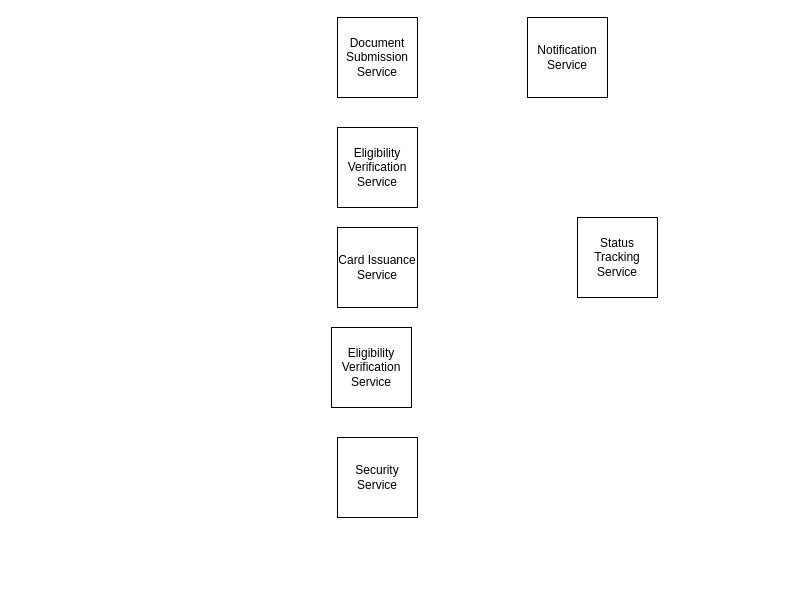
Above: microservices.drawio in thammarat-ai/diagram-se (draw.io), before the change. Source tidied: cells renumbered, new cells numbered last; positions are measured from the earlier drawing's top-left corner, leaving out a move shared by most shapes. Both pictures are drawn from the tidied source at 100%, with x=0, y=0 at pixel (331, 17).
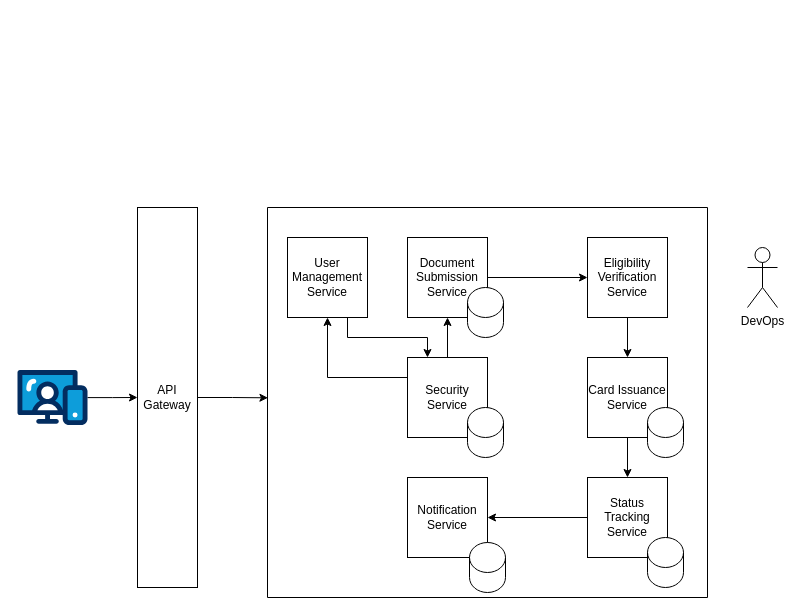
The same page after the edit.

Change to the diagram source:
```diff
@@
+    <mxCell id="9" value="API Gateway" style="rounded=0;whiteSpace=wrap;html=1;" parent="1" vertex="1">
+      <mxGeometry x="-194" y="190" width="60" height="380" as="geometry" />
+    </mxCell>
+    <mxCell id="10" style="group;" parent="1" vertex="1">
+      <mxGeometry x="-64" y="190" width="440" height="390" as="geometry" />
+    </mxCell>
+    <mxCell id="11" style="verticalLabelPosition=bottom;verticalAlign=top;html=1;shape=mxgraph.basic.rect;fillColor2=none;strokeWidth=1;size=20;indent=5;" parent="10" vertex="1">
+      <mxGeometry width="440" height="390" as="geometry" />
+    </mxCell>
+    <mxCell id="12" style="edgeStyle=orthogonalEdgeStyle;rounded=0;jettySize=auto;html=1;entryX=0;entryY=0.5;entryDx=0;entryDy=0;" parent="10" edge="1" source="2" target="3">
+      <mxGeometry relative="1" as="geometry" />
+    </mxCell>
-    <mxCell id="2" value="Document Submission Service" style="whiteSpace=wrap;html=1;" parent="1" vertex="1">
-      <mxGeometry x="6" width="80" height="80" as="geometry" />
+    <mxCell id="2" value="Document Submission Service" style="whiteSpace=wrap;html=1;" parent="10" vertex="1">
+      <mxGeometry x="140" y="30" width="80" height="80" as="geometry" />
     </mxCell>
+    <mxCell id="13" style="edgeStyle=orthogonalEdgeStyle;rounded=0;jettySize=auto;html=1;exitX=0.5;exitY=1;exitDx=0;exitDy=0;entryX=0.5;entryY=0;entryDx=0;entryDy=0;" parent="10" edge="1" source="3" target="4">
+      <mxGeometry relative="1" as="geometry" />
+    </mxCell>
-    <mxCell id="3" value="Eligibility Verification Service" style="whiteSpace=wrap;html=1;" parent="1" vertex="1">
-      <mxGeometry x="6" y="110" width="80" height="80" as="geometry" />
+    <mxCell id="3" value="Eligibility Verification Service" style="whiteSpace=wrap;html=1;" parent="10" vertex="1">
+      <mxGeometry x="320" y="30" width="80" height="80" as="geometry" />
     </mxCell>
+    <mxCell id="14" style="edgeStyle=orthogonalEdgeStyle;rounded=0;jettySize=auto;html=1;entryX=0.5;entryY=0;entryDx=0;entryDy=0;" parent="10" edge="1" source="4" target="6">
+      <mxGeometry relative="1" as="geometry" />
+    </mxCell>
-    <mxCell id="4" value="Card Issuance Service" style="whiteSpace=wrap;html=1;" parent="1" vertex="1">
-      <mxGeometry x="6" y="210" width="80" height="80" as="geometry" />
+    <mxCell id="4" value="Card Issuance Service" style="whiteSpace=wrap;html=1;" parent="10" vertex="1">
+      <mxGeometry x="320" y="150" width="80" height="80" as="geometry" />
     </mxCell>
-    <mxCell id="5" value="Eligibility Verification Service" style="whiteSpace=wrap;html=1;" parent="1" vertex="1">
-      <mxGeometry y="310" width="80" height="80" as="geometry" />
-    </mxCell>
+    <mxCell id="15" style="edgeStyle=orthogonalEdgeStyle;rounded=0;jettySize=auto;html=1;exitX=0;exitY=0.5;exitDx=0;exitDy=0;" parent="10" edge="1" source="6" target="8">
+      <mxGeometry relative="1" as="geometry" />
+    </mxCell>
-    <mxCell id="6" value="Status Tracking Service" style="whiteSpace=wrap;html=1;" parent="1" vertex="1">
-      <mxGeometry x="246" y="200" width="80" height="80" as="geometry" />
+    <mxCell id="6" value="Status Tracking Service" style="whiteSpace=wrap;html=1;" parent="10" vertex="1">
+      <mxGeometry x="320" y="270" width="80" height="80" as="geometry" />
     </mxCell>
+    <mxCell id="16" style="edgeStyle=orthogonalEdgeStyle;rounded=0;jettySize=auto;html=1;exitX=0.5;exitY=0;exitDx=0;exitDy=0;" parent="10" edge="1" source="7" target="2">
+      <mxGeometry relative="1" as="geometry" />
+    </mxCell>
+    <mxCell id="17" style="edgeStyle=orthogonalEdgeStyle;rounded=0;jettySize=auto;html=1;exitX=0;exitY=0.25;exitDx=0;exitDy=0;" parent="10" edge="1" source="7" target="20">
+      <mxGeometry relative="1" as="geometry" />
+    </mxCell>
-    <mxCell id="7" value="Security Service" style="whiteSpace=wrap;html=1;" parent="1" vertex="1">
-      <mxGeometry x="6" y="420" width="80" height="80" as="geometry" />
+    <mxCell id="7" value="Security Service" style="whiteSpace=wrap;html=1;" parent="10" vertex="1">
+      <mxGeometry x="140" y="150" width="80" height="80" as="geometry" />
     </mxCell>
-    <mxCell id="8" value="Notification Service" style="whiteSpace=wrap;html=1;" parent="1" vertex="1">
-      <mxGeometry x="196" width="80" height="80" as="geometry" />
+    <mxCell id="8" value="Notification Service" style="whiteSpace=wrap;html=1;" parent="10" vertex="1">
+      <mxGeometry x="140" y="270" width="80" height="80" as="geometry" />
     </mxCell>
+    <mxCell id="18" style="shape=cylinder3;whiteSpace=wrap;html=1;boundedLbl=1;backgroundOutline=1;size=15;" parent="10" vertex="1">
+      <mxGeometry x="200" y="80" width="36" height="50" as="geometry" />
+    </mxCell>
+    <mxCell id="19" style="edgeStyle=orthogonalEdgeStyle;rounded=0;jettySize=auto;html=1;exitX=0.75;exitY=1;exitDx=0;exitDy=0;entryX=0.25;entryY=0;entryDx=0;entryDy=0;" parent="10" edge="1" source="20" target="7">
+      <mxGeometry relative="1" as="geometry" />
+    </mxCell>
+    <mxCell id="20" value="User Management Service" style="whiteSpace=wrap;html=1;" parent="10" vertex="1">
+      <mxGeometry x="20" y="30" width="80" height="80" as="geometry" />
+    </mxCell>
+    <mxCell id="21" style="shape=cylinder3;whiteSpace=wrap;html=1;boundedLbl=1;backgroundOutline=1;size=15;" parent="10" vertex="1">
+      <mxGeometry x="380" y="200" width="36" height="50" as="geometry" />
+    </mxCell>
+    <mxCell id="22" style="shape=cylinder3;whiteSpace=wrap;html=1;boundedLbl=1;backgroundOutline=1;size=15;" parent="10" vertex="1">
+      <mxGeometry x="380" y="330" width="36" height="50" as="geometry" />
+    </mxCell>
+    <mxCell id="23" style="shape=cylinder3;whiteSpace=wrap;html=1;boundedLbl=1;backgroundOutline=1;size=15;" parent="10" vertex="1">
+      <mxGeometry x="202" y="335" width="36" height="50" as="geometry" />
+    </mxCell>
+    <mxCell id="24" style="shape=cylinder3;whiteSpace=wrap;html=1;boundedLbl=1;backgroundOutline=1;size=15;" parent="10" vertex="1">
+      <mxGeometry x="200" y="200" width="36" height="50" as="geometry" />
+    </mxCell>
+    <mxCell id="25" value="&lt;div&gt;DevOps&lt;/div&gt;" style="shape=umlActor;verticalLabelPosition=bottom;verticalAlign=top;html=1;" parent="1" vertex="1">
+      <mxGeometry x="416" y="230" width="30" height="60" as="geometry" />
+    </mxCell>
+    <mxCell id="26" style="edgeStyle=orthogonalEdgeStyle;rounded=0;jettySize=auto;html=1;entryX=0;entryY=0.5;entryDx=0;entryDy=0;" parent="1" edge="1" source="27" target="9">
+      <mxGeometry relative="1" as="geometry" />
+    </mxCell>
+    <mxCell id="27" style="verticalLabelPosition=bottom;html=1;shape=mxgraph.salesforce.web;" parent="1" vertex="1">
+      <mxGeometry x="-314" y="352.4" width="70" height="55.3" as="geometry" />
+    </mxCell>
+    <mxCell id="28" style="edgeStyle=orthogonalEdgeStyle;rounded=0;jettySize=auto;html=1;entryX=0.001;entryY=0.488;entryDx=0;entryDy=0;entryPerimeter=0;" parent="1" edge="1" source="9" target="11">
+      <mxGeometry relative="1" as="geometry" />
+    </mxCell>
```
